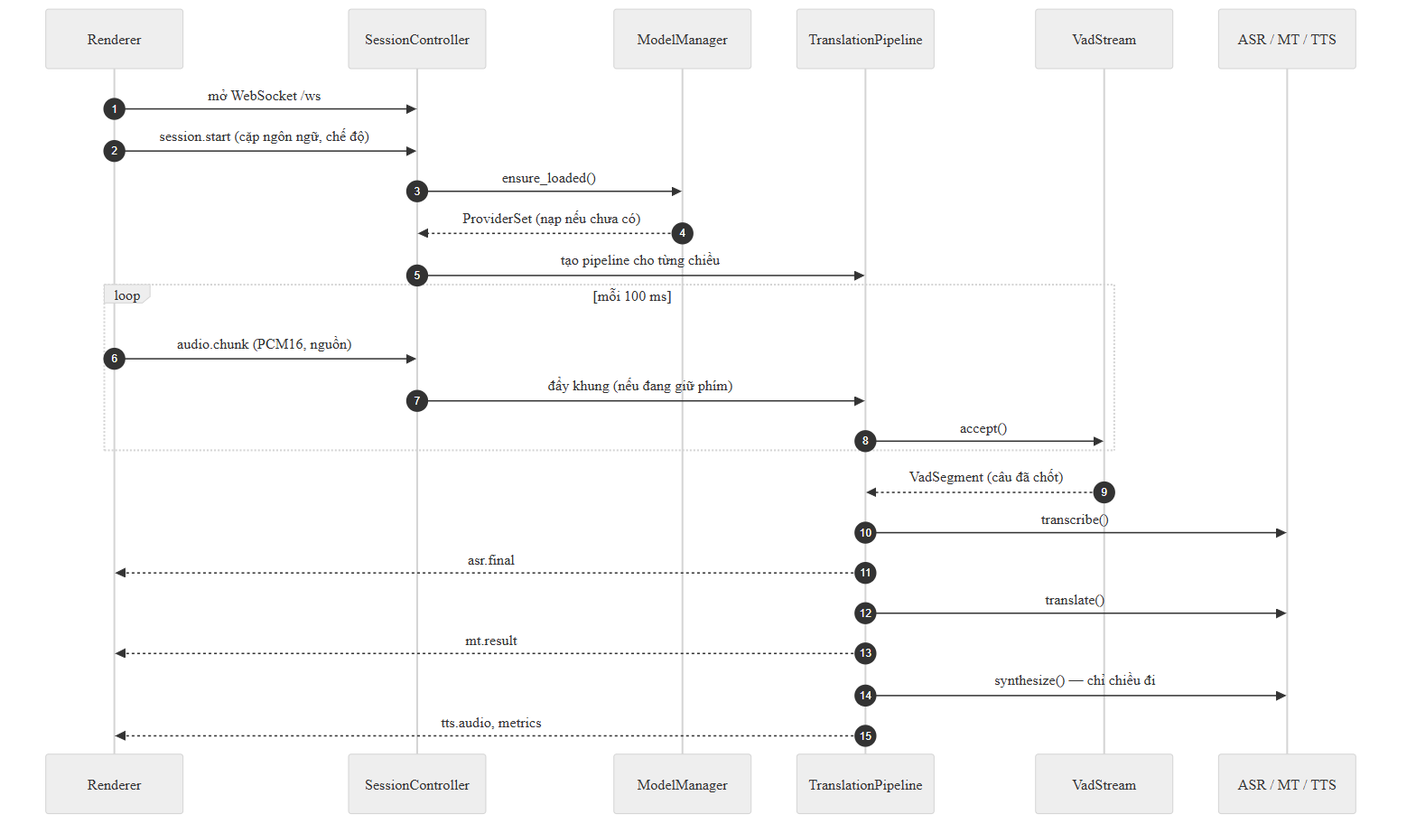
Earlier version of the Mermaid export docs/gvhd/khoa-luan-hinh/h3-6-tuan-tu.png (RokeyHung/local-live-voice-translator). Its source is kept beside it as docs/gvhd/khoa-luan-hinh/src/h3-6-tuan-tu.mmd. Its diagram source:
```mermaid
sequenceDiagram
    autonumber
    participant R as Renderer
    participant C as SessionController
    participant M as ModelManager
    participant P as TranslationPipeline
    participant V as VadStream
    participant A as ASR / MT / TTS
    R->>C: mở WebSocket /ws
    R->>C: session.start (cặp ngôn ngữ, chế độ)
    C->>M: ensure_loaded()
    M-->>C: ProviderSet (nạp nếu chưa có)
    C->>P: tạo pipeline cho từng chiều
    loop mỗi 100 ms
        R->>C: audio.chunk (PCM16, nguồn)
        C->>P: đẩy khung (nếu đang giữ phím)
        P->>V: accept()
    end
    V-->>P: VadSegment (câu đã chốt)
    P->>A: transcribe()
    P-->>R: asr.final
    P->>A: translate()
    P-->>R: mt.result
    P->>A: synthesize() — chỉ chiều đi
    P-->>R: tts.audio, metrics
```
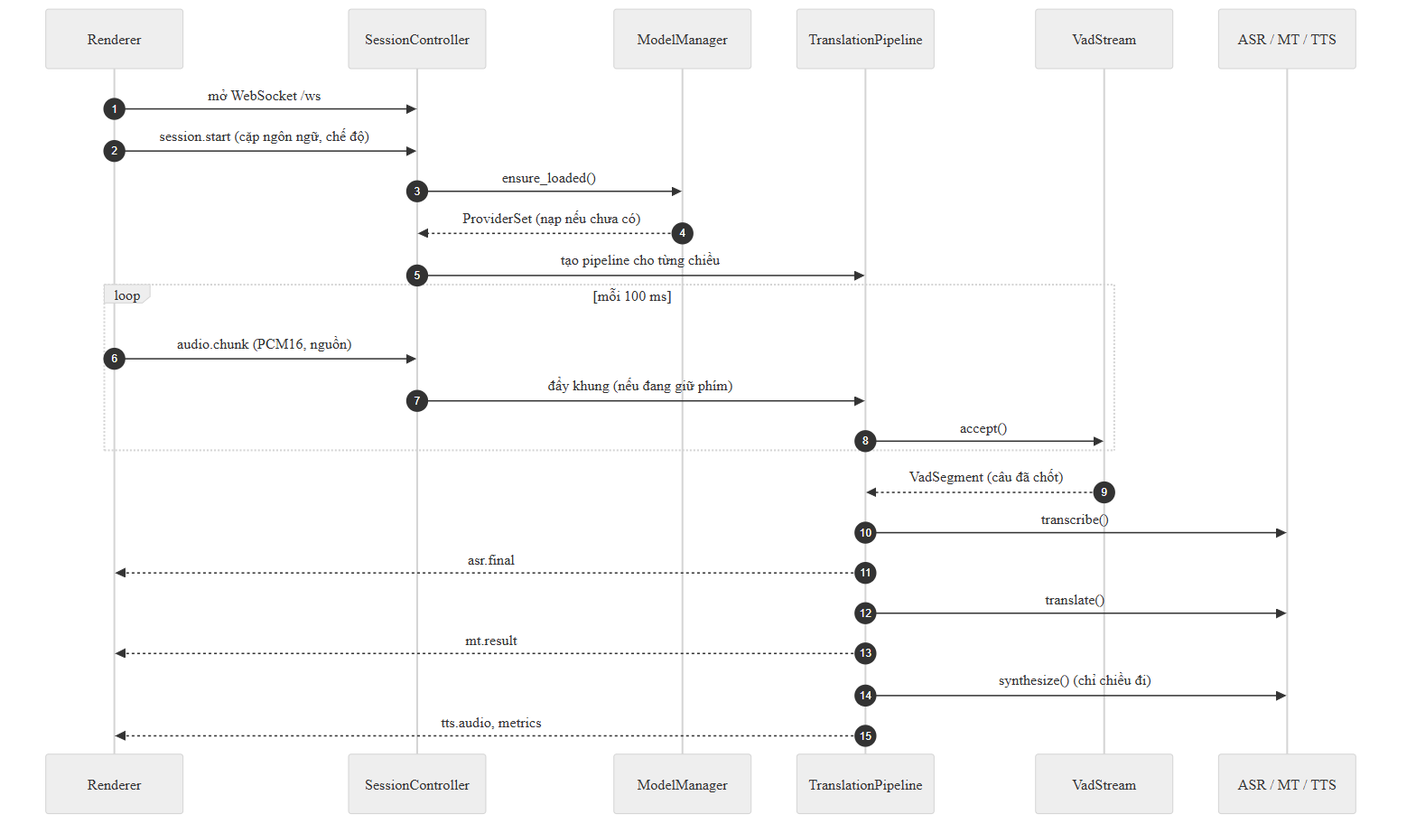
Above is the later version.

What changed in the source:
```diff
@@ -21,5 +21,5 @@
     P-->>R: asr.final
     P->>A: translate()
     P-->>R: mt.result
-    P->>A: synthesize() — chỉ chiều đi
+    P->>A: synthesize() (chỉ chiều đi)
     P-->>R: tts.audio, metrics
```
